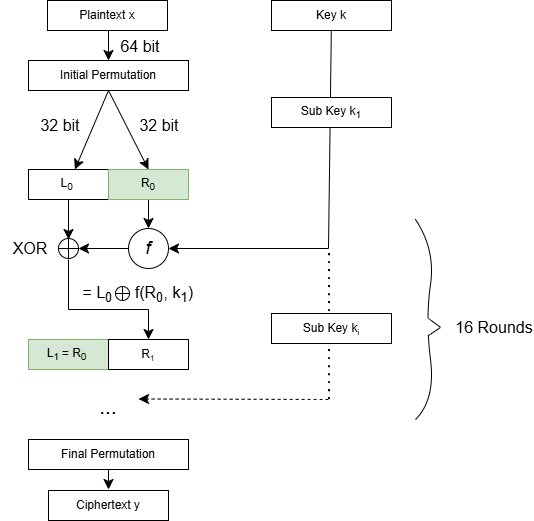
Earlier version of the draw.io export DesCli/Images/DES_Diagram.png (DirkMueller8/DesCli). Source tidied: cells renumbered, new cells last; positions are measured from the earlier drawing's top-left corner, leaving out a move shared by most shapes.
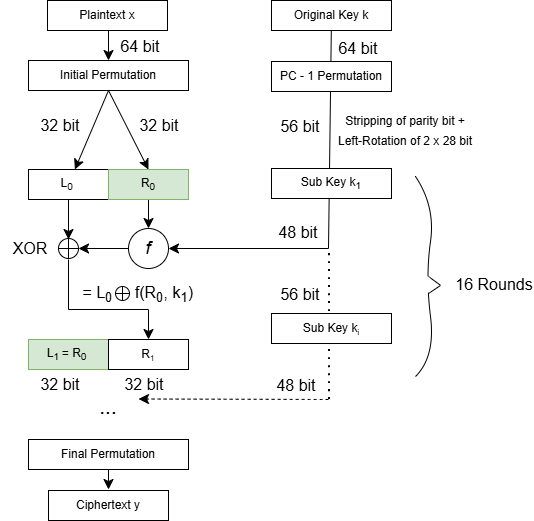
Later version of the same file.

Commit message:
Added some comments and updated the block diagram

Diff of the diagram source:
```diff
@@ -32,7 +32,7 @@
         </Array>
       </mxGeometry>
     </mxCell>
-    <mxCell id="10" value="Key k" style="rounded=0;whiteSpace=wrap;html=1;" parent="1" vertex="1">
+    <mxCell id="10" value="Original Key k" style="rounded=0;whiteSpace=wrap;html=1;" parent="1" vertex="1">
       <mxGeometry x="271" width="120" height="30" as="geometry" />
     </mxCell>
     <mxCell id="11" style="edgeStyle=none;curved=1;rounded=0;jettySize=auto;html=1;fontSize=12;startSize=8;endSize=8;" parent="1" edge="1" source="12" target="14">
@@ -60,7 +60,7 @@
       <mxGeometry relative="1" as="geometry" />
     </mxCell>
     <mxCell id="17" value="Sub Key k&lt;sub&gt;1&lt;/sub&gt;" style="rounded=0;whiteSpace=wrap;html=1;" parent="1" vertex="1">
-      <mxGeometry x="271" y="97" width="120" height="30" as="geometry" />
+      <mxGeometry x="271" y="168" width="120" height="30" as="geometry" />
     </mxCell>
     <mxCell id="18" style="rounded=0;whiteSpace=wrap;html=1;" parent="1" vertex="1">
       <mxGeometry x="28" y="339" width="120" height="30" as="geometry" />
@@ -111,41 +111,41 @@
     </mxCell>
     <mxCell id="32" style="endArrow=none;html=1;rounded=0;fontSize=12;startSize=8;endSize=8;curved=1;" parent="1" edge="1">
       <mxGeometry relative="1" as="geometry">
-        <mxPoint x="415" y="419" as="sourcePoint" />
-        <mxPoint x="415" y="219" as="targetPoint" />
+        <mxPoint x="415" y="376" as="sourcePoint" />
+        <mxPoint x="415" y="176" as="targetPoint" />
         <Array as="points">
-          <mxPoint x="435" y="399" />
-          <mxPoint x="425" y="319" />
-          <mxPoint x="435" y="249" />
+          <mxPoint x="435" y="356" />
+          <mxPoint x="425" y="276" />
+          <mxPoint x="435" y="206" />
         </Array>
       </mxGeometry>
     </mxCell>
     <mxCell id="33" style="endArrow=none;html=1;rounded=0;fontSize=12;startSize=8;endSize=8;curved=1;" parent="1" edge="1">
       <mxGeometry relative="1" as="geometry">
-        <mxPoint x="428" y="335" as="sourcePoint" />
-        <mxPoint x="443" y="325" as="targetPoint" />
+        <mxPoint x="428" y="293" as="sourcePoint" />
+        <mxPoint x="443" y="283" as="targetPoint" />
       </mxGeometry>
     </mxCell>
     <mxCell id="34" style="endArrow=none;html=1;rounded=0;fontSize=12;startSize=8;endSize=8;curved=1;" parent="1" edge="1">
       <mxGeometry relative="1" as="geometry">
-        <mxPoint x="428" y="318" as="sourcePoint" />
-        <mxPoint x="443" y="329" as="targetPoint" />
+        <mxPoint x="428" y="276" as="sourcePoint" />
+        <mxPoint x="443" y="287" as="targetPoint" />
       </mxGeometry>
     </mxCell>
     <mxCell id="35" style="ellipse;whiteSpace=wrap;html=1;strokeColor=none;" parent="1" vertex="1">
-      <mxGeometry x="416" y="317" width="14" height="10" as="geometry" />
+      <mxGeometry x="416" y="275" width="14" height="10" as="geometry" />
     </mxCell>
     <mxCell id="36" style="ellipse;whiteSpace=wrap;html=1;strokeColor=none;" parent="1" vertex="1">
-      <mxGeometry x="417" y="325" width="14" height="10" as="geometry" />
+      <mxGeometry x="417" y="283" width="14" height="10" as="geometry" />
     </mxCell>
     <mxCell id="37" style="ellipse;whiteSpace=wrap;html=1;strokeColor=none;" parent="1" vertex="1">
-      <mxGeometry x="440" y="322" width="14" height="10" as="geometry" />
+      <mxGeometry x="440" y="280" width="14" height="10" as="geometry" />
     </mxCell>
     <mxCell id="38" style="ellipse;whiteSpace=wrap;html=1;strokeColor=none;" parent="1" vertex="1">
-      <mxGeometry x="419" y="322" width="14" height="10" as="geometry" />
+      <mxGeometry x="419" y="280" width="14" height="10" as="geometry" />
     </mxCell>
     <mxCell id="39" value="16 Rounds" style="text;html=1;whiteSpace=wrap;strokeColor=none;fillColor=none;align=center;verticalAlign=middle;rounded=0;fontSize=16;" parent="1" vertex="1">
-      <mxGeometry x="454" y="312" width="80" height="30" as="geometry" />
+      <mxGeometry x="454" y="269" width="80" height="30" as="geometry" />
     </mxCell>
     <mxCell id="40" value="32 bit" style="text;html=1;whiteSpace=wrap;strokeColor=none;fillColor=none;align=center;verticalAlign=middle;rounded=0;fontSize=16;" parent="1" vertex="1">
       <mxGeometry x="30" y="110" width="60" height="30" as="geometry" />
@@ -180,5 +180,32 @@
     <mxCell id="47" value="32 bit" style="text;html=1;whiteSpace=wrap;strokeColor=none;fillColor=none;align=center;verticalAlign=middle;rounded=0;fontSize=16;" parent="1" vertex="1">
       <mxGeometry x="129" y="110" width="60" height="30" as="geometry" />
     </mxCell>
+    <mxCell id="48" value="48 bit" style="text;html=1;whiteSpace=wrap;strokeColor=none;fillColor=none;align=center;verticalAlign=middle;rounded=0;fontSize=16;" parent="1" vertex="1">
+      <mxGeometry x="268" y="217" width="60" height="30" as="geometry" />
+    </mxCell>
+    <mxCell id="49" value="PC - 1 Permutation" style="rounded=0;whiteSpace=wrap;html=1;" parent="1" vertex="1">
+      <mxGeometry x="271" y="61" width="120" height="30" as="geometry" />
+    </mxCell>
+    <mxCell id="50" value="&lt;div&gt;&lt;font style=&quot;font-size: 12px;&quot;&gt;Stripping of parity bit +&lt;/font&gt;&lt;/div&gt;&lt;font style=&quot;font-size: 12px;&quot;&gt;Left-Rotation of 2 x 28 bit&lt;/font&gt;" style="text;html=1;whiteSpace=wrap;strokeColor=none;fillColor=none;align=center;verticalAlign=middle;rounded=0;fontSize=16;" parent="1" vertex="1">
+      <mxGeometry x="332" y="114" width="146" height="30" as="geometry" />
+    </mxCell>
+    <mxCell id="51" value="64 bit" style="text;html=1;whiteSpace=wrap;strokeColor=none;fillColor=none;align=center;verticalAlign=middle;rounded=0;fontSize=16;" parent="1" vertex="1">
+      <mxGeometry x="328" y="33" width="60" height="30" as="geometry" />
+    </mxCell>
+    <mxCell id="52" value="32 bit" style="text;html=1;whiteSpace=wrap;strokeColor=none;fillColor=none;align=center;verticalAlign=middle;rounded=0;fontSize=16;" parent="1" vertex="1">
+      <mxGeometry x="30" y="369" width="60" height="30" as="geometry" />
+    </mxCell>
+    <mxCell id="53" value="32 bit" style="text;html=1;whiteSpace=wrap;strokeColor=none;fillColor=none;align=center;verticalAlign=middle;rounded=0;fontSize=16;" parent="1" vertex="1">
+      <mxGeometry x="114" y="369" width="60" height="30" as="geometry" />
+    </mxCell>
+    <mxCell id="54" value="56 bit" style="text;html=1;whiteSpace=wrap;strokeColor=none;fillColor=none;align=center;verticalAlign=middle;rounded=0;fontSize=16;" parent="1" vertex="1">
+      <mxGeometry x="270" y="111" width="60" height="30" as="geometry" />
+    </mxCell>
+    <mxCell id="55" value="56 bit" style="text;html=1;whiteSpace=wrap;strokeColor=none;fillColor=none;align=center;verticalAlign=middle;rounded=0;fontSize=16;" parent="1" vertex="1">
+      <mxGeometry x="270" y="279" width="60" height="30" as="geometry" />
+    </mxCell>
+    <mxCell id="56" value="48 bit" style="text;html=1;whiteSpace=wrap;strokeColor=none;fillColor=none;align=center;verticalAlign=middle;rounded=0;fontSize=16;" parent="1" vertex="1">
+      <mxGeometry x="266" y="370" width="60" height="30" as="geometry" />
+    </mxCell>
   </root>
 </mxGraphModel>
```
